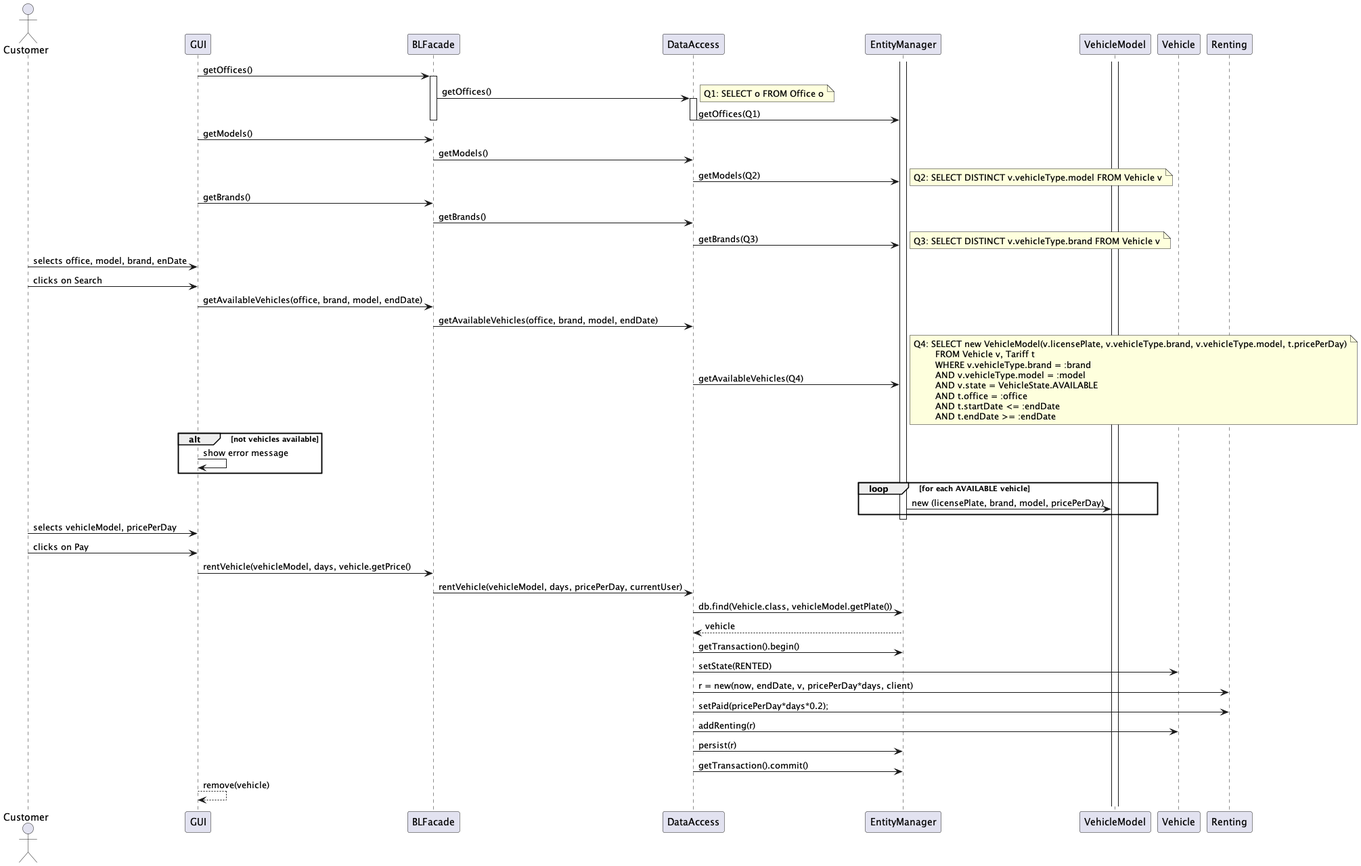
This is doc/rentvehicle.png from juananpe/karkrash, a PlantUML export, as it was before one commit.
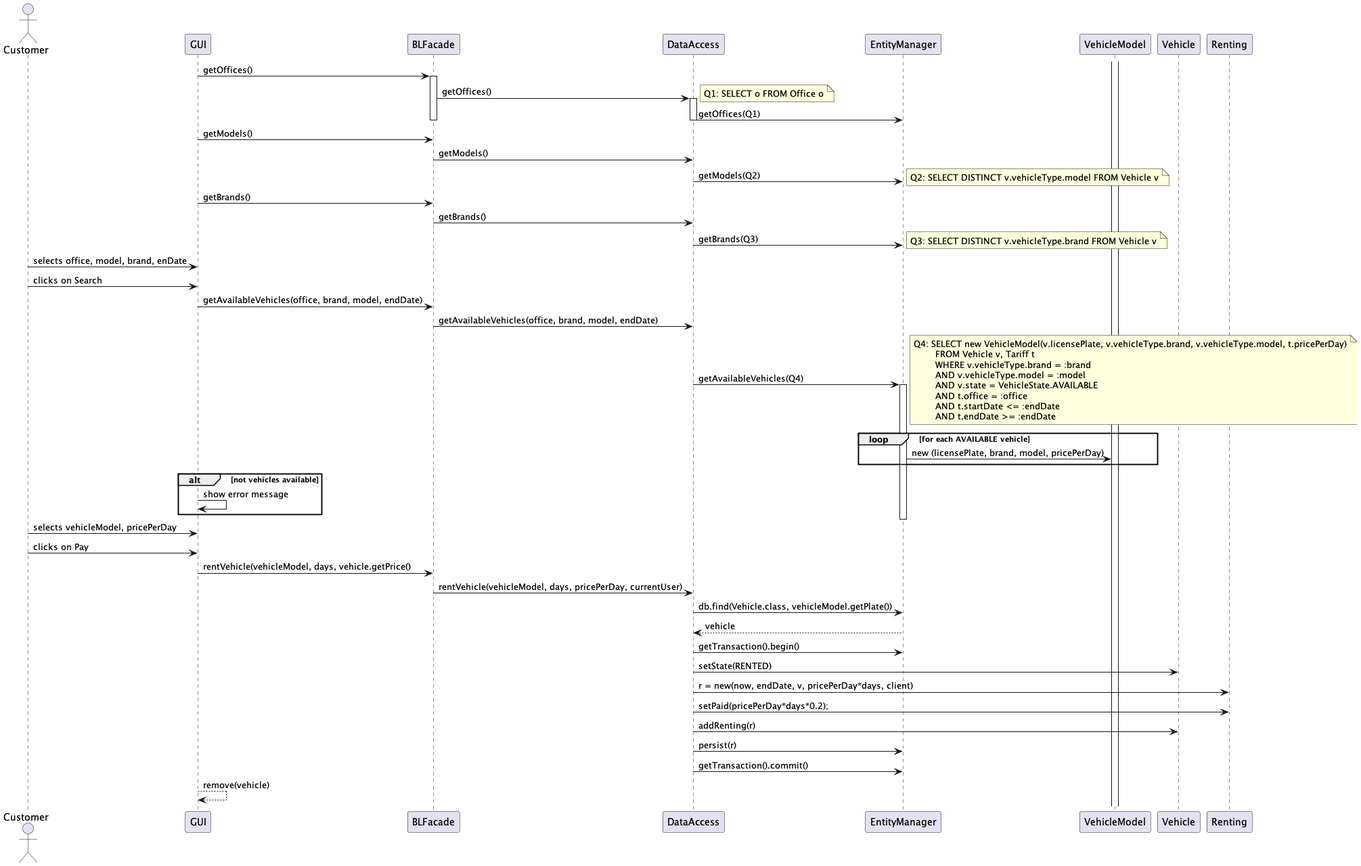
The same diagram one commit later.

Commit message:
Fix order of execution of the loop in the SD

The edit, as a diff of the source:
```diff
@@ -55,16 +55,17 @@
             AND t.endDate >= :endDate
 end note
 
+activate EntityManager
+loop for each AVAILABLE vehicle
+EntityManager -> VehicleModel: new (licensePlate, brand, model, pricePerDay)
+end loop
 
 alt not vehicles available
  GUI -> GUI: show error message
 
 end
 
-activate EntityManager
-loop for each AVAILABLE vehicle
-EntityManager -> VehicleModel: new (licensePlate, brand, model, pricePerDay)
-end loop
+
 activate VehicleModel
 deactivate EntityManager
 
```
